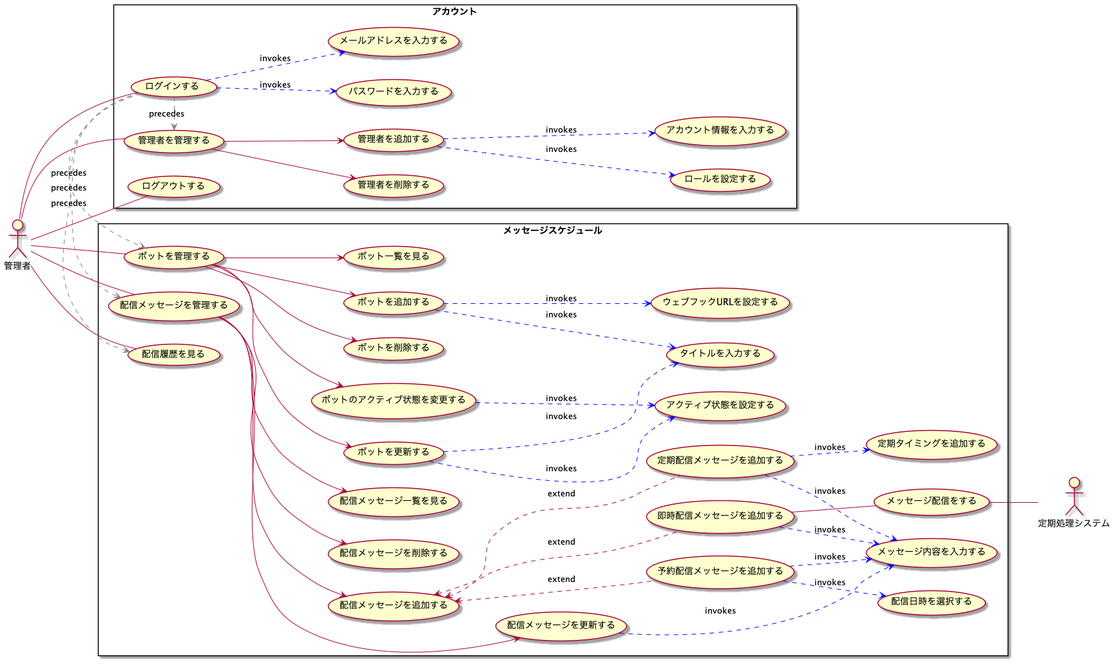
The PlantUML diagram document/analysis/usecase.png in takemo101/dc-scheduler, before a commit. The source it was exported from:
```plantuml
@startuml usecase

left to right direction

:管理者:
:定期処理システム:

rectangle メッセージスケジュール {
    usecase ボットを管理する
    usecase ボットを更新する
    usecase ボットを追加する
    usecase ボットを削除する
    usecase ボットのアクティブ状態を変更する
    usecase ボット一覧を見る
    usecase タイトルを入力する
    usecase ウェブフックURLを設定する
    usecase アクティブ状態を設定する

    usecase 配信メッセージを管理する
    usecase 配信メッセージを追加する
    usecase 即時配信メッセージを追加する
    usecase 定期配信メッセージを追加する
    usecase 予約配信メッセージを追加する
    usecase 配信メッセージを更新する
    usecase 配信メッセージを削除する
    usecase 配信メッセージ一覧を見る
    usecase メッセージ内容を入力する
    usecase 配信日時を選択する
    usecase 定期タイミングを追加する

    usecase 配信履歴を見る

    usecase メッセージ配信をする
}

rectangle アカウント {
    usecase 管理者を管理する
    usecase 管理者を追加する
    usecase 管理者を削除する
    usecase アカウント情報を入力する
    usecase ロールを設定する

    usecase ログインする
    usecase メールアドレスを入力する
    usecase パスワードを入力する
    usecase ログアウトする
}

管理者 -- ボットを管理する
ボットを管理する --> ボットを追加する
ボットを管理する --> ボットを更新する
ボットを管理する --> ボットを削除する
ボットを管理する --> ボット一覧を見る
ボットを管理する --> ボットのアクティブ状態を変更する
ボットを追加する ..> タイトルを入力する #blue :invokes
ボットを追加する ..> ウェブフックURLを設定する #blue : invokes
ボットを更新する ..> タイトルを入力する #blue :invokes
ボットを更新する ..> アクティブ状態を設定する #blue :invokes
ボットのアクティブ状態を変更する ..> アクティブ状態を設定する #blue :invokes

管理者 -- 配信メッセージを管理する
配信メッセージを管理する --> 配信メッセージを追加する
配信メッセージを追加する <.. 即時配信メッセージを追加する :extend
配信メッセージを追加する <.. 定期配信メッセージを追加する :extend
配信メッセージを追加する <.. 予約配信メッセージを追加する :extend
配信メッセージを管理する --> 配信メッセージを更新する
配信メッセージを管理する --> 配信メッセージを削除する
配信メッセージを管理する --> 配信メッセージ一覧を見る
即時配信メッセージを追加する ..> メッセージ内容を入力する #blue :invokes
定期配信メッセージを追加する ..> メッセージ内容を入力する #blue :invokes
予約配信メッセージを追加する ..> メッセージ内容を入力する #blue :invokes
予約配信メッセージを追加する ..> 配信日時を選択する #blue :invokes
定期配信メッセージを追加する ..> 定期タイミングを追加する #blue :invokes
配信メッセージを更新する ..> メッセージ内容を入力する #blue :invokes

管理者 -- 配信履歴を見る

管理者 -- ログインする
ログインする ..> メールアドレスを入力する #blue :invokes
ログインする ..> パスワードを入力する #blue :invokes
管理者 -- ログアウトする
管理者 -- 管理者を管理する
管理者を管理する --> 管理者を追加する
管理者を管理する --> 管理者を削除する
管理者を追加する ..> アカウント情報を入力する #blue :invokes
管理者を追加する ..> ロールを設定する #blue :invokes

ログインする .> ボットを管理する #gray :precedes
ログインする .> 配信メッセージを管理する #gray :precedes
ログインする .> 配信履歴を見る #gray :precedes
ログインする .> 管理者を管理する #gray :precedes

即時配信メッセージを追加する -- メッセージ配信をする
メッセージ配信をする -- 定期処理システム

@enduml
```
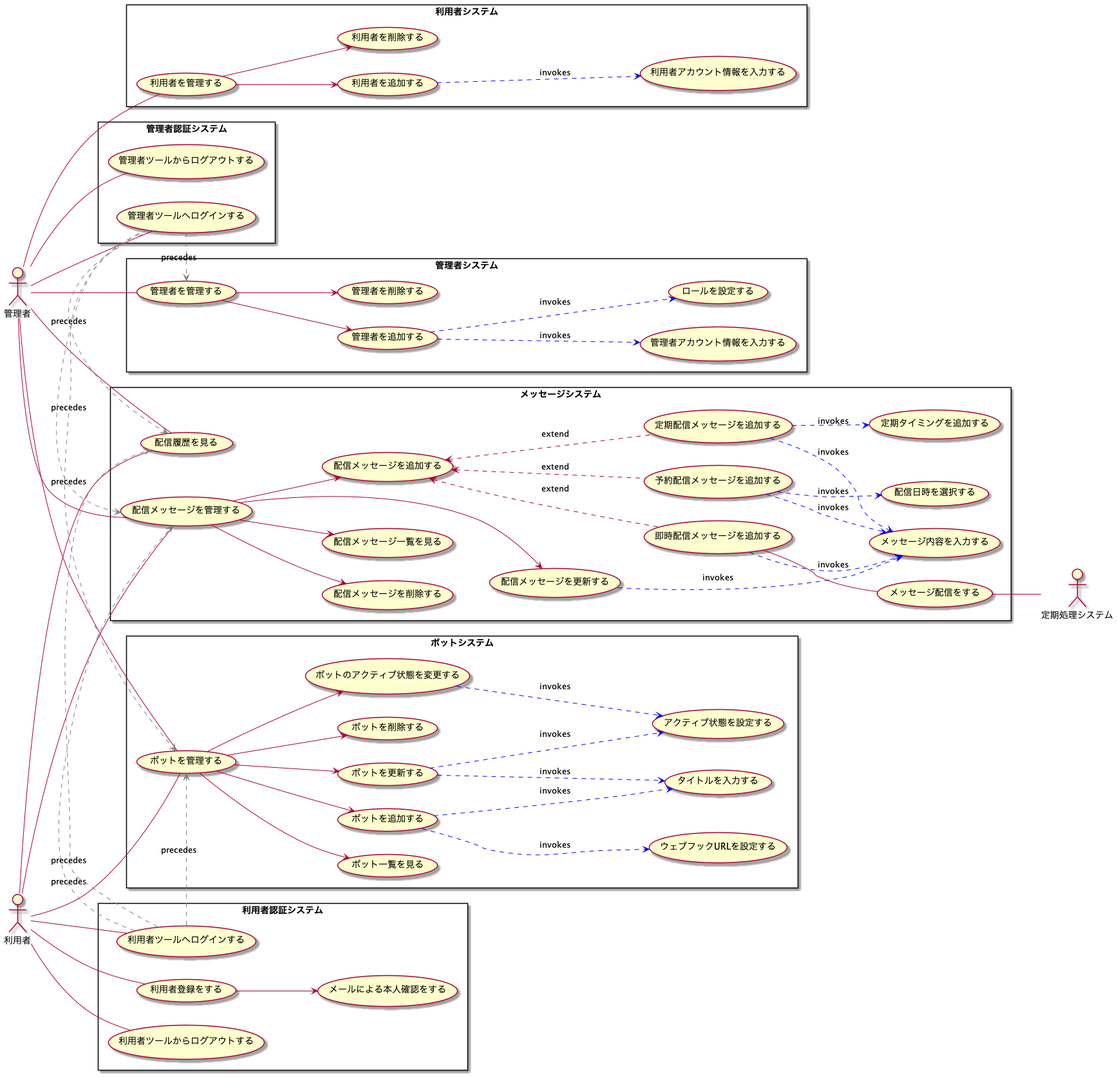
Later version of the same file.

The edit, as a diff of the source:
```diff
@@ -3,9 +3,10 @@
 left to right direction
 
 :管理者:
+:利用者:
 :定期処理システム:
 
-rectangle メッセージスケジュール {
+rectangle ボットシステム {
     usecase ボットを管理する
     usecase ボットを更新する
     usecase ボットを追加する
@@ -15,7 +16,8 @@
     usecase タイトルを入力する
     usecase ウェブフックURLを設定する
     usecase アクティブ状態を設定する
-
+}
+rectangle メッセージシステム {
     usecase 配信メッセージを管理する
     usecase 配信メッセージを追加する
     usecase 即時配信メッセージを追加する
@@ -33,20 +35,36 @@
     usecase メッセージ配信をする
 }
 
-rectangle アカウント {
+rectangle 管理者システム {
     usecase 管理者を管理する
     usecase 管理者を追加する
     usecase 管理者を削除する
-    usecase アカウント情報を入力する
+    usecase 管理者アカウント情報を入力する
     usecase ロールを設定する
+}
 
-    usecase ログインする
-    usecase メールアドレスを入力する
-    usecase パスワードを入力する
-    usecase ログアウトする
+rectangle 利用者システム {
+    usecase 利用者を管理する
+    usecase 利用者を追加する
+    usecase 利用者を削除する
+    usecase 利用者アカウント情報を入力する
+}
+
+rectangle 管理者認証システム {
+    usecase 管理者ツールへログインする
+    usecase 管理者ツールからログアウトする
+}
+
+rectangle 利用者認証システム {
+    usecase 利用者登録をする
+    usecase メールによる本人確認をする
+
+    usecase 利用者ツールへログインする
+    usecase 利用者ツールからログアウトする
 }
 
 管理者 -- ボットを管理する
+利用者 -- ボットを管理する
 ボットを管理する --> ボットを追加する
 ボットを管理する --> ボットを更新する
 ボットを管理する --> ボットを削除する
@@ -59,6 +77,7 @@
 ボットのアクティブ状態を変更する ..> アクティブ状態を設定する #blue :invokes
 
 管理者 -- 配信メッセージを管理する
+利用者 -- 配信メッセージを管理する
 配信メッセージを管理する --> 配信メッセージを追加する
 配信メッセージを追加する <.. 即時配信メッセージを追加する :extend
 配信メッセージを追加する <.. 定期配信メッセージを追加する :extend
@@ -74,21 +93,36 @@
 配信メッセージを更新する ..> メッセージ内容を入力する #blue :invokes
 
 管理者 -- 配信履歴を見る
+利用者 -- 配信履歴を見る
 
-管理者 -- ログインする
-ログインする ..> メールアドレスを入力する #blue :invokes
-ログインする ..> パスワードを入力する #blue :invokes
-管理者 -- ログアウトする
+管理者 -- 管理者ツールへログインする
+管理者 -- 管理者ツールからログアウトする
+
 管理者 -- 管理者を管理する
 管理者を管理する --> 管理者を追加する
 管理者を管理する --> 管理者を削除する
-管理者を追加する ..> アカウント情報を入力する #blue :invokes
+管理者を追加する ..> 管理者アカウント情報を入力する #blue :invokes
 管理者を追加する ..> ロールを設定する #blue :invokes
 
-ログインする .> ボットを管理する #gray :precedes
-ログインする .> 配信メッセージを管理する #gray :precedes
-ログインする .> 配信履歴を見る #gray :precedes
-ログインする .> 管理者を管理する #gray :precedes
+管理者 -- 利用者を管理する
+利用者を管理する --> 利用者を追加する
+利用者を管理する --> 利用者を削除する
+利用者を追加する ..> 利用者アカウント情報を入力する #blue :invokes
+
+利用者 -- 利用者登録をする
+利用者登録をする --> メールによる本人確認をする
+利用者 -- 利用者ツールへログインする
+利用者 -- 利用者ツールからログアウトする
+
+
+管理者ツールへログインする .> ボットを管理する #gray :precedes
+管理者ツールへログインする .> 配信メッセージを管理する #gray :precedes
+管理者ツールへログインする .> 配信履歴を見る #gray :precedes
+管理者ツールへログインする .> 管理者を管理する #gray :precedes
+
+利用者ツールへログインする .> ボットを管理する #gray :precedes
+利用者ツールへログインする .> 配信メッセージを管理する #gray :precedes
+利用者ツールへログインする .> 配信履歴を見る #gray :precedes
 
 即時配信メッセージを追加する -- メッセージ配信をする
 メッセージ配信をする -- 定期処理システム
```
